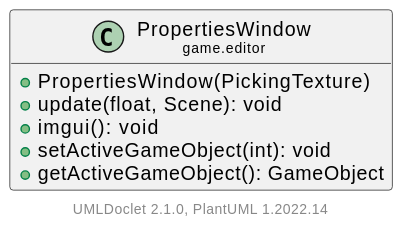
Hirschiii/JavaGameEngine keeps this PlantUML diagram as doc/javadoc/game/editor/PropertiesWindow.svg. Above is the earlier version.
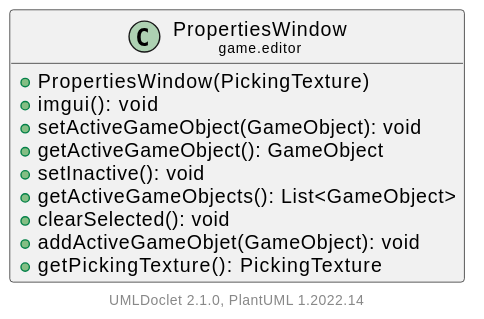
Above is the later version.

What changed in the source:
```diff
@@ -5,10 +5,14 @@
 
     class "<size:14>PropertiesWindow\n<size:10>game.editor" as game.editor.PropertiesWindow [[PropertiesWindow.html]] {
         +PropertiesWindow(PickingTexture)
-        +update(float, Scene): void
         +imgui(): void
-        +setActiveGameObject(int): void
+        +setActiveGameObject(GameObject): void
         +getActiveGameObject(): GameObject
+        +setInactive(): void
+        +getActiveGameObjects(): List<GameObject>
+        +clearSelected(): void
+        +addActiveGameObjet(GameObject): void
+        +getPickingTexture(): PickingTexture
     }
 
     center footer UMLDoclet 2.1.0, PlantUML %version()
```
